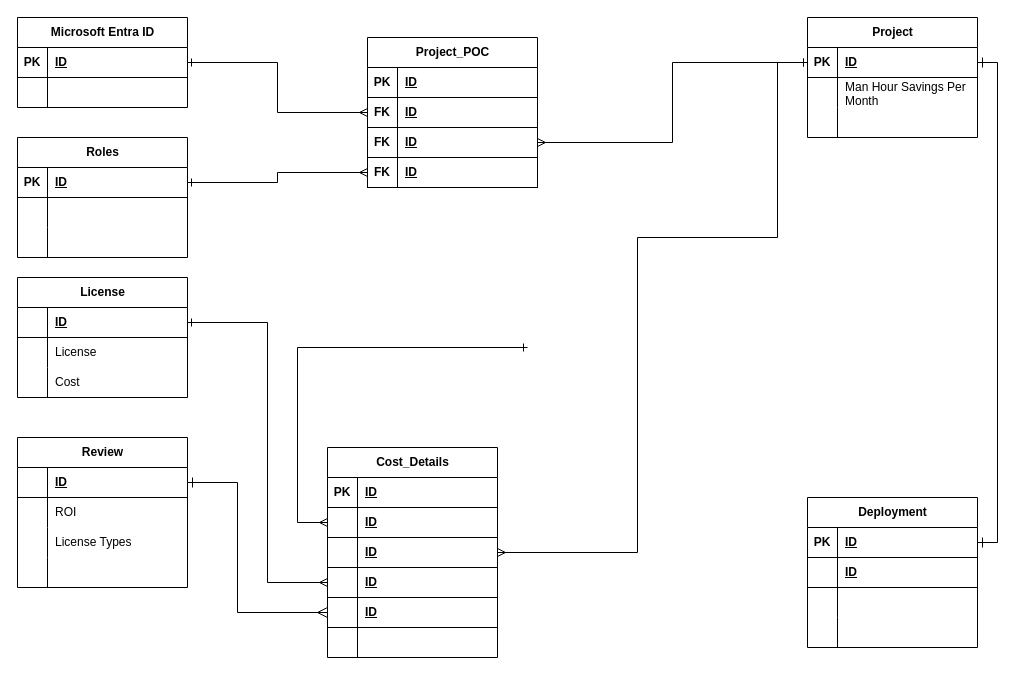
Above: page "Option-3y" (2 of 3) of erd-projint-01.drawio in josjreyes/ProjectIntake (draw.io), before the change. Source tidied: cells renumbered, new cells numbered last; positions are measured from the earlier drawing's top-left corner, leaving out a move shared by most shapes. Both pictures are drawn from the tidied source at 100%, with x=0, y=0 at pixel (17, 17).
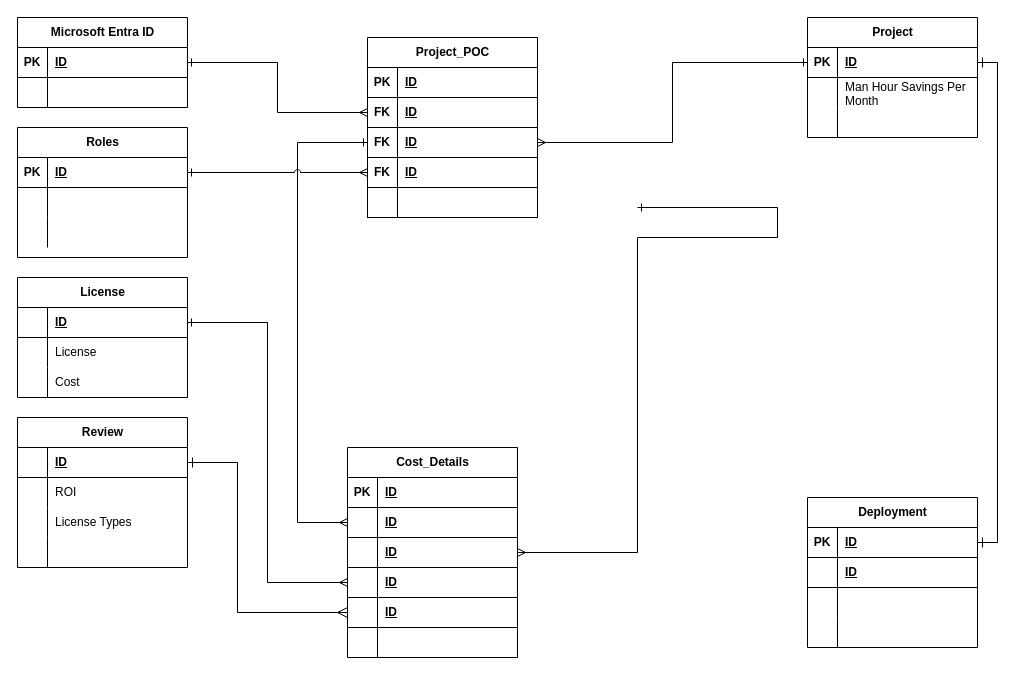
The same page after the edit.

Unchanged cells that the change refers to:
```xml
<mxCell id="3" style="shape=tableRow;horizontal=0;startSize=0;swimlaneHead=0;swimlaneBody=0;fillColor=none;points=[[0,0.5],[1,0.5]];portConstraint=eastwest;top=0;left=0;right=0;bottom=1;" parent="2" vertex="1">
  <mxGeometry y="30" width="170" height="30" as="geometry" />
</mxCell>
<mxCell id="26" style="shape=tableRow;horizontal=0;startSize=0;swimlaneHead=0;swimlaneBody=0;fillColor=none;points=[[0,0.5],[1,0.5]];portConstraint=eastwest;top=0;left=0;right=0;bottom=1;" parent="22" vertex="1">
  <mxGeometry y="60" width="170" height="30" as="geometry" />
</mxCell>
<mxCell id="29" style="shape=tableRow;horizontal=0;startSize=0;swimlaneHead=0;swimlaneBody=0;fillColor=none;points=[[0,0.5],[1,0.5]];portConstraint=eastwest;top=0;left=0;right=0;bottom=1;" parent="22" vertex="1">
  <mxGeometry y="90" width="170" height="30" as="geometry" />
</mxCell>
<mxCell id="35" style="shape=tableRow;horizontal=0;startSize=0;swimlaneHead=0;swimlaneBody=0;fillColor=none;points=[[0,0.5],[1,0.5]];portConstraint=eastwest;top=0;left=0;right=0;bottom=1;" parent="22" vertex="1">
  <mxGeometry y="150" width="170" height="30" as="geometry" />
</mxCell>
<mxCell id="64" style="shape=tableRow;horizontal=0;startSize=0;swimlaneHead=0;swimlaneBody=0;fillColor=none;points=[[0,0.5],[1,0.5]];portConstraint=eastwest;top=0;left=0;right=0;bottom=1;" parent="63" vertex="1">
  <mxGeometry y="30" width="170" height="30" as="geometry" />
</mxCell>
<mxCell id="77" style="shape=tableRow;horizontal=0;startSize=0;swimlaneHead=0;swimlaneBody=0;fillColor=none;points=[[0,0.5],[1,0.5]];portConstraint=eastwest;top=0;left=0;right=0;bottom=1;" parent="76" vertex="1">
  <mxGeometry y="30" width="170" height="30" as="geometry" />
</mxCell>
<mxCell id="93" style="shape=tableRow;horizontal=0;startSize=0;swimlaneHead=0;swimlaneBody=0;fillColor=none;points=[[0,0.5],[1,0.5]];portConstraint=eastwest;top=0;left=0;right=0;bottom=1;" parent="86" vertex="1">
  <mxGeometry y="90" width="170" height="30" as="geometry" />
</mxCell>
<mxCell id="96" style="shape=tableRow;horizontal=0;startSize=0;swimlaneHead=0;swimlaneBody=0;fillColor=none;points=[[0,0.5],[1,0.5]];portConstraint=eastwest;top=0;left=0;right=0;bottom=1;" parent="86" vertex="1">
  <mxGeometry y="120" width="170" height="30" as="geometry" />
</mxCell>
```

What changed in the source:
```diff
@@
     <mxCell id="22" value="Cost_Details" style="shape=table;startSize=30;childLayout=tableLayout;rowLines=0;fontStyle=1;align=center;html=1;" parent="1" vertex="1">
-      <mxGeometry x="310" y="430" width="170" height="210" as="geometry" />
+      <mxGeometry x="330" y="430" width="170" height="210" as="geometry" />
     </mxCell>
@@
-    <mxCell id="61" style="edgeStyle=orthogonalEdgeStyle;rounded=0;jettySize=auto;html=1;exitX=1;exitY=0.5;exitDx=0;exitDy=0;entryX=0;entryY=0.5;entryDx=0;entryDy=0;endArrow=ERone;endFill=0;startArrow=ERmany;startFill=0;" parent="1" edge="1" source="29" target="3">
+    <mxCell id="61" style="edgeStyle=orthogonalEdgeStyle;rounded=0;jettySize=auto;html=1;exitX=1;exitY=0.5;exitDx=0;exitDy=0;endArrow=ERone;endFill=0;startArrow=ERmany;startFill=0;" parent="1" edge="1" source="29">
       <mxGeometry relative="1" as="geometry">
+        <mxPoint x="620" y="190" as="targetPoint" />
         <Array as="points">
           <mxPoint x="620" y="535" />
           <mxPoint x="620" y="220" />
           <mxPoint x="760" y="220" />
         </Array>
       </mxGeometry>
     </mxCell>
-    <mxCell id="62" style="edgeStyle=orthogonalEdgeStyle;rounded=0;jettySize=auto;html=1;endArrow=ERone;endFill=0;startArrow=ERmany;startFill=0;exitX=0;exitY=0.5;exitDx=0;exitDy=0;" parent="1" edge="1" source="26">
+    <mxCell id="62" style="edgeStyle=orthogonalEdgeStyle;rounded=0;jettySize=auto;html=1;endArrow=ERone;endFill=0;startArrow=ERmany;startFill=0;exitX=0;exitY=0.5;exitDx=0;exitDy=0;entryX=0;entryY=0.5;entryDx=0;entryDy=0;strokeColor=default;jumpStyle=arc;" parent="1" edge="1" source="26" target="93">
       <mxGeometry relative="1" as="geometry">
-        <mxPoint x="510" y="330" as="targetPoint" />
         <Array as="points">
           <mxPoint x="280" y="505" />
-          <mxPoint x="280" y="330" />
+          <mxPoint x="280" y="125" />
         </Array>
       </mxGeometry>
     </mxCell>
     <mxCell id="63" value="Review" style="shape=table;startSize=30;childLayout=tableLayout;rowLines=0;fontStyle=1;align=center;html=1;" parent="1" vertex="1">
-      <mxGeometry y="420" width="170" height="150" as="geometry" />
+      <mxGeometry y="400" width="170" height="150" as="geometry" />
     </mxCell>
@@
     <mxCell id="76" value="Roles" style="shape=table;startSize=30;childLayout=tableLayout;rowLines=0;fontStyle=1;align=center;html=1;" parent="1" vertex="1">
-      <mxGeometry y="120" width="170" height="120" as="geometry" />
+      <mxGeometry y="110" width="170" height="130" as="geometry" />
     </mxCell>
@@
     <mxCell id="86" value="Project_POC" style="shape=table;startSize=30;childLayout=tableLayout;rowLines=0;fontStyle=1;align=center;html=1;" parent="1" vertex="1">
-      <mxGeometry x="350" y="20" width="170" height="150" as="geometry" />
+      <mxGeometry x="350" y="20" width="170" height="180" as="geometry" />
     </mxCell>
@@
+    <mxCell id="105" style="shape=tableRow;horizontal=0;startSize=0;swimlaneHead=0;swimlaneBody=0;fillColor=none;top=0;left=0;right=0;bottom=1;" parent="86" vertex="1">
+      <mxGeometry y="150" width="170" height="30" as="geometry" />
+    </mxCell>
+    <mxCell id="106" style="shape=partialRectangle;fillColor=none;top=0;left=0;bottom=0;right=0;fontStyle=1;overflow=hidden;whiteSpace=wrap;html=1;" parent="105" vertex="1">
+      <mxGeometry width="30" height="30" as="geometry" />
+    </mxCell>
+    <mxCell id="107" style="shape=partialRectangle;fillColor=none;top=0;left=0;bottom=0;right=0;align=left;spacingLeft=6;fontStyle=5;overflow=hidden;whiteSpace=wrap;html=1;" parent="105" vertex="1">
+      <mxGeometry x="30" width="140" height="30" as="geometry" />
+    </mxCell>
@@
-    <mxCell id="101" style="edgeStyle=orthogonalEdgeStyle;rounded=0;jettySize=auto;html=1;startArrow=ERmany;startFill=0;endArrow=ERone;endFill=0;exitX=0;exitY=0.5;exitDx=0;exitDy=0;" parent="1" edge="1" source="96" target="77">
+    <mxCell id="101" style="edgeStyle=orthogonalEdgeStyle;rounded=0;jettySize=auto;html=1;startArrow=ERmany;startFill=0;endArrow=ERone;endFill=0;exitX=0;exitY=0.5;exitDx=0;exitDy=0;jumpStyle=arc;" parent="1" edge="1" source="96" target="77">
       <mxGeometry relative="1" as="geometry" />
     </mxCell>
     <mxCell id="102" style="edgeStyle=orthogonalEdgeStyle;rounded=0;jettySize=auto;html=1;entryX=0;entryY=0.5;entryDx=0;entryDy=0;fontSize=12;startSize=8;endSize=8;exitX=1;exitY=0.5;exitDx=0;exitDy=0;startArrow=ERone;startFill=0;endArrow=ERmany;endFill=0;" parent="1" edge="1" source="64" target="35">
       <mxGeometry relative="1" as="geometry">
         <Array as="points">
-          <mxPoint x="220" y="465" />
+          <mxPoint x="220" y="445" />
           <mxPoint x="220" y="595" />
         </Array>
       </mxGeometry>
     </mxCell>
```
